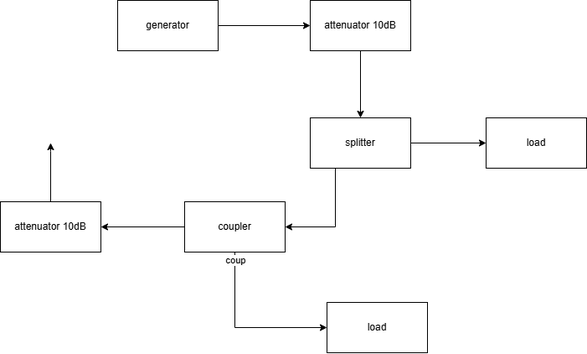
This is example/example_raw.png from David-Daminelli/Drawio-RF-Diagram, a draw.io export, as it was before one commit. Source tidied: cells renumbered, new cells last; positions are measured from the earlier drawing's top-left corner, leaving out a move shared by most shapes.
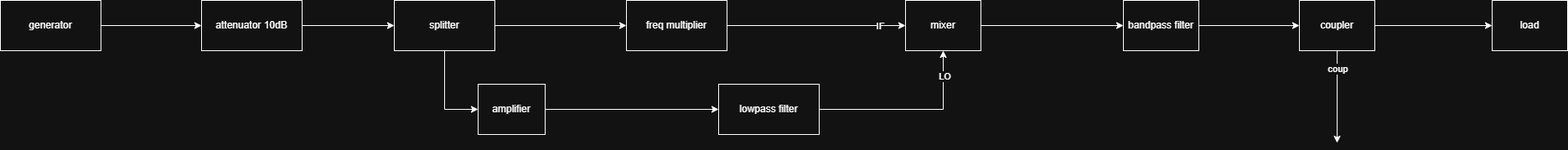
Above is the later version.

The edit, as a diff of the source:
```diff
@@ -6,53 +6,86 @@
       <mxGeometry relative="1" as="geometry" />
     </mxCell>
     <mxCell id="3" value="generator" style="rounded=0;whiteSpace=wrap;html=1;" parent="1" vertex="1">
-      <mxGeometry x="140" width="120" height="60" as="geometry" />
+      <mxGeometry x="-520" y="30" width="120" height="60" as="geometry" />
     </mxCell>
-    <mxCell id="4" style="edgeStyle=orthogonalEdgeStyle;rounded=0;jettySize=auto;html=1;entryX=0.5;entryY=0;entryDx=0;entryDy=0;fontColor=#00AA00;fontStyle=1;" parent="1" edge="1" source="5" target="7">
+    <mxCell id="4" style="edgeStyle=orthogonalEdgeStyle;rounded=0;jettySize=auto;html=1;fontColor=#00AA00;fontStyle=1;" parent="1" edge="1" source="5" target="7">
       <mxGeometry relative="1" as="geometry" />
     </mxCell>
     <mxCell id="5" value="attenuator 10dB" style="rounded=0;whiteSpace=wrap;html=1;" parent="1" vertex="1">
-      <mxGeometry x="370" width="120" height="60" as="geometry" />
+      <mxGeometry x="-280" y="30" width="120" height="60" as="geometry" />
     </mxCell>
-    <mxCell id="6" style="edgeStyle=orthogonalEdgeStyle;rounded=0;jettySize=auto;html=1;exitX=0.25;exitY=1;exitDx=0;exitDy=0;entryX=1;entryY=0.5;entryDx=0;entryDy=0;fontColor=#00AA00;fontStyle=1;" parent="1" edge="1" source="7" target="11">
-      <mxGeometry relative="1" as="geometry" />
-    </mxCell>
+    <mxCell id="17" style="edgeStyle=orthogonalEdgeStyle;rounded=0;jettySize=auto;html=1;exitX=1;exitY=0.5;exitDx=0;exitDy=0;fontColor=#00AA00;fontStyle=1;" parent="1" edge="1" source="27" target="23">
+      <mxGeometry relative="1" as="geometry" />
+    </mxCell>
+    <mxCell id="18" value="IF" style="edgeLabel;html=1;align=center;verticalAlign=middle;" parent="17" vertex="1">
+      <mxGeometry x="-0.02" relative="1" as="geometry">
+        <mxPoint x="78" as="offset" />
+      </mxGeometry>
+    </mxCell>
+    <mxCell id="8" style="edgeStyle=orthogonalEdgeStyle;rounded=0;jettySize=auto;html=1;exitX=0.5;exitY=1;exitDx=0;exitDy=0;entryX=0;entryY=0.5;entryDx=0;entryDy=0;fontColor=#00AA00;fontStyle=1;" parent="1" edge="1" source="7" target="9">
+      <mxGeometry x="-0.27" y="-10" relative="1" as="geometry" />
+    </mxCell>
+    <mxCell id="19" style="edgeStyle=orthogonalEdgeStyle;rounded=0;jettySize=auto;html=1;fontColor=#00AA00;fontStyle=1;" parent="1" edge="1" source="7" target="27">
+      <mxGeometry relative="1" as="geometry" />
+    </mxCell>
     <mxCell id="7" value="splitter" style="rounded=0;whiteSpace=wrap;html=1;" parent="1" vertex="1">
-      <mxGeometry x="370" y="140" width="120" height="60" as="geometry" />
+      <mxGeometry x="-50" y="30" width="120" height="60" as="geometry" />
     </mxCell>
-    <mxCell id="8" style="edgeStyle=orthogonalEdgeStyle;rounded=0;jettySize=auto;html=1;entryX=0;entryY=0.5;entryDx=0;entryDy=0;exitX=1;exitY=0.5;exitDx=0;exitDy=0;fontColor=#00AA00;fontStyle=1;" parent="1" edge="1" source="7" target="9">
-      <mxGeometry relative="1" as="geometry" />
-    </mxCell>
+    <mxCell id="20" style="edgeStyle=orthogonalEdgeStyle;rounded=0;jettySize=auto;html=1;exitX=1;exitY=0.5;exitDx=0;exitDy=0;fontColor=#00AA00;fontStyle=1;" parent="1" edge="1" source="9" target="26">
+      <mxGeometry relative="1" as="geometry" />
+    </mxCell>
-    <mxCell id="9" value="load" style="rounded=0;whiteSpace=wrap;html=1;" parent="1" vertex="1">
-      <mxGeometry x="580" y="140" width="120" height="60" as="geometry" />
+    <mxCell id="9" value="amplifier" style="rounded=0;whiteSpace=wrap;html=1;" parent="1" vertex="1">
+      <mxGeometry x="50" y="130" width="80" height="60" as="geometry" />
     </mxCell>
-    <mxCell id="10" style="edgeStyle=orthogonalEdgeStyle;rounded=0;jettySize=auto;html=1;exitX=0;exitY=0.5;exitDx=0;exitDy=0;entryX=1;entryY=0.5;entryDx=0;entryDy=0;fontColor=#00AA00;fontStyle=1;" parent="1" edge="1" source="11" target="16">
-      <mxGeometry relative="1" as="geometry" />
-    </mxCell>
+    <mxCell id="21" style="edgeStyle=orthogonalEdgeStyle;rounded=0;jettySize=auto;html=1;entryX=0;entryY=0.5;entryDx=0;entryDy=0;fontColor=#00AA00;fontStyle=1;" parent="1" edge="1" source="23" target="29">
+      <mxGeometry relative="1" as="geometry" />
+    </mxCell>
+    <mxCell id="22" value="RF" style="edgeLabel;html=1;align=center;verticalAlign=middle;" parent="21" vertex="1">
+      <mxGeometry x="0.2" y="-4" relative="1" as="geometry">
+        <mxPoint x="-148" y="-4" as="offset" />
+      </mxGeometry>
+    </mxCell>
+    <mxCell id="23" value="mixer" style="rounded=0;whiteSpace=wrap;html=1;" parent="1" vertex="1">
+      <mxGeometry x="560" y="30" width="90" height="60" as="geometry" />
+    </mxCell>
+    <mxCell id="24" style="edgeStyle=orthogonalEdgeStyle;rounded=0;jettySize=auto;html=1;entryX=0.5;entryY=1;entryDx=0;entryDy=0;fontColor=#FF0000;fontStyle=1;" parent="1" edge="1" source="26" target="23">
+      <mxGeometry x="-0.42" relative="1" as="geometry" />
+    </mxCell>
+    <mxCell id="25" value="LO" style="edgeLabel;html=1;align=center;verticalAlign=middle;" parent="24" vertex="1">
+      <mxGeometry x="0.34" relative="1" as="geometry">
+        <mxPoint x="2" y="-40" as="offset" />
+      </mxGeometry>
+    </mxCell>
+    <mxCell id="26" value="lowpass filter" style="rounded=0;whiteSpace=wrap;html=1;" parent="1" vertex="1">
+      <mxGeometry x="337" y="130" width="120" height="60" as="geometry" />
+    </mxCell>
+    <mxCell id="14" value="load" style="rounded=0;whiteSpace=wrap;html=1;" parent="1" vertex="1">
+      <mxGeometry x="1260" y="30" width="90" height="60" as="geometry" />
+    </mxCell>
+    <mxCell id="27" value="freq multiplier" style="rounded=0;whiteSpace=wrap;html=1;" parent="1" vertex="1">
+      <mxGeometry x="227" y="30" width="120" height="60" as="geometry" />
+    </mxCell>
+    <mxCell id="28" style="edgeStyle=orthogonalEdgeStyle;rounded=0;jettySize=auto;html=1;fontColor=#00AA00;fontStyle=1;" parent="1" edge="1" source="29" target="11">
+      <mxGeometry relative="1" as="geometry" />
+    </mxCell>
+    <mxCell id="29" value="bandpass filter" style="rounded=0;whiteSpace=wrap;html=1;" parent="1" vertex="1">
+      <mxGeometry x="820" y="30" width="90" height="60" as="geometry" />
+    </mxCell>
+    <mxCell id="12" style="edgeStyle=orthogonalEdgeStyle;rounded=0;jettySize=auto;html=1;fontColor=#00AA00;fontStyle=1;" parent="1" edge="1" source="11" target="14">
+      <mxGeometry relative="1" as="geometry" />
+    </mxCell>
+    <mxCell id="30" style="edgeStyle=orthogonalEdgeStyle;rounded=0;jettySize=auto;html=1;fontColor=#00AA00;fontStyle=1;" parent="1" edge="1" source="11">
+      <mxGeometry relative="1" as="geometry">
+        <mxPoint x="1075" y="200" as="targetPoint" />
+      </mxGeometry>
+    </mxCell>
+    <mxCell id="13" value="coup" style="edgeLabel;html=1;align=center;verticalAlign=middle;" parent="30" vertex="1">
+      <mxGeometry x="-0.21" y="-2" relative="1" as="geometry">
+        <mxPoint x="2" y="-23" as="offset" />
+      </mxGeometry>
+    </mxCell>
     <mxCell id="11" value="coupler" style="rounded=0;whiteSpace=wrap;html=1;" parent="1" vertex="1">
-      <mxGeometry x="220" y="240" width="120" height="60" as="geometry" />
+      <mxGeometry x="1030" y="30" width="90" height="60" as="geometry" />
     </mxCell>
-    <mxCell id="12" style="edgeStyle=orthogonalEdgeStyle;rounded=0;jettySize=auto;html=1;entryX=0;entryY=0.5;entryDx=0;entryDy=0;exitX=0.5;exitY=1;exitDx=0;exitDy=0;fontColor=#00AA00;fontStyle=1;" parent="1" edge="1" source="11" target="14">
-      <mxGeometry relative="1" as="geometry" />
-    </mxCell>
-    <mxCell id="13" value="coup" style="edgeLabel;html=1;align=center;verticalAlign=middle;" parent="12" vertex="1">
-      <mxGeometry x="0.33" y="-1" relative="1" as="geometry">
-        <mxPoint x="-43" y="-81" as="offset" />
-      </mxGeometry>
-    </mxCell>
-    <mxCell id="14" value="load" style="rounded=0;whiteSpace=wrap;html=1;" parent="1" vertex="1">
-      <mxGeometry x="390" y="360" width="120" height="60" as="geometry" />
-    </mxCell>
-    <mxCell id="15" style="edgeStyle=orthogonalEdgeStyle;rounded=0;jettySize=auto;html=1;fontColor=#00AA00;fontStyle=1;" parent="1" edge="1" source="16">
-      <mxGeometry relative="1" as="geometry">
-        <mxPoint x="60" y="170" as="targetPoint" />
-        <Array as="points">
-          <mxPoint x="60" y="180" />
-        </Array>
-      </mxGeometry>
-    </mxCell>
-    <mxCell id="16" value="attenuator 10dB" style="rounded=0;whiteSpace=wrap;html=1;" parent="1" vertex="1">
-      <mxGeometry y="240" width="120" height="60" as="geometry" />
-    </mxCell>
   </root>
 </mxGraphModel>
```
